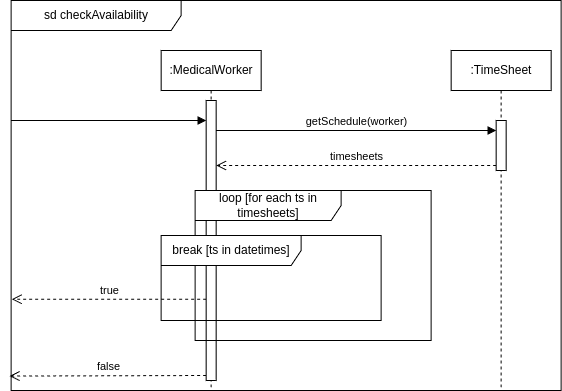
The draw.io diagram lab2/SD-SD2.png in nedeadinside/oaoaoaoaoaoaoaoa, before a commit. Source tidied: cells renumbered, new cells last; positions are measured from the earlier drawing's top-left corner, leaving out a move shared by most shapes. The source it was exported from:
```xml
<mxGraphModel>
  <root>
    <mxCell id="0" />
    <mxCell id="1" parent="0" />
    <mxCell id="2" value="&lt;span style=&quot;text-wrap-mode: nowrap;&quot;&gt;sd checkAvailability&lt;/span&gt;" style="shape=umlFrame;whiteSpace=wrap;html=1;gradientColor=none;swimlaneFillColor=default;width=170;height=30;" parent="1" vertex="1">
      <mxGeometry x="-0.3" width="550" height="390" as="geometry" />
    </mxCell>
    <mxCell id="3" value=":MedicalWorker" style="shape=umlLifeline;perimeter=lifelinePerimeter;whiteSpace=wrap;html=1;newEdgeStyle={&quot;curved&quot;:0,&quot;rounded&quot;:0};" parent="1" vertex="1">
      <mxGeometry x="149.7" y="50" width="100" height="340" as="geometry" />
    </mxCell>
    <mxCell id="4" style="html=1;points=[[0,0,0,0,5],[0,1,0,0,-5],[1,0,0,0,5],[1,1,0,0,-5]];perimeter=orthogonalPerimeter;outlineConnect=0;targetShapes=umlLifeline;portConstraint=eastwest;newEdgeStyle={&quot;curved&quot;:0,&quot;rounded&quot;:0};" parent="3" vertex="1">
      <mxGeometry x="45" y="50" width="10" height="280" as="geometry" />
    </mxCell>
    <mxCell id="5" value=":TimeSheet" style="shape=umlLifeline;perimeter=lifelinePerimeter;whiteSpace=wrap;html=1;newEdgeStyle={&quot;curved&quot;:0,&quot;rounded&quot;:0};" parent="1" vertex="1">
      <mxGeometry x="439.7" y="50" width="100" height="340" as="geometry" />
    </mxCell>
    <mxCell id="6" style="html=1;points=[[0,0,0,0,5],[0,1,0,0,-5],[1,0,0,0,5],[1,1,0,0,-5]];perimeter=orthogonalPerimeter;outlineConnect=0;targetShapes=umlLifeline;portConstraint=eastwest;newEdgeStyle={&quot;curved&quot;:0,&quot;rounded&quot;:0};" parent="5" vertex="1">
      <mxGeometry x="45" y="70" width="10" height="50" as="geometry" />
    </mxCell>
    <mxCell id="7" style="html=1;verticalAlign=bottom;endArrow=block;curved=0;rounded=0;" parent="1" edge="1" target="4">
      <mxGeometry relative="1" as="geometry">
        <mxPoint x="-0.3" y="120" as="sourcePoint" />
      </mxGeometry>
    </mxCell>
    <mxCell id="8" value="getSchedule(worker)" style="html=1;verticalAlign=bottom;endArrow=block;curved=0;rounded=0;" parent="1" edge="1">
      <mxGeometry relative="1" as="geometry">
        <mxPoint x="204.7" y="130" as="sourcePoint" />
        <mxPoint x="484.7" y="130" as="targetPoint" />
      </mxGeometry>
    </mxCell>
    <mxCell id="9" value="timesheets" style="html=1;verticalAlign=bottom;endArrow=open;dashed=1;endSize=8;curved=0;rounded=0;exitX=0;exitY=1;exitDx=0;exitDy=-5;exitPerimeter=0;" parent="1" edge="1" source="6" target="4">
      <mxGeometry relative="1" as="geometry" />
    </mxCell>
    <mxCell id="10" value="loop [for each ts in timesheets]" style="shape=umlFrame;whiteSpace=wrap;html=1;width=146;height=30;" parent="1" vertex="1">
      <mxGeometry x="183.7" y="190" width="236" height="150" as="geometry" />
    </mxCell>
    <mxCell id="11" value="break [ts in datetimes]" style="shape=umlFrame;whiteSpace=wrap;html=1;width=140;height=30;" parent="1" vertex="1">
      <mxGeometry x="149.7" y="235" width="220" height="85" as="geometry" />
    </mxCell>
    <mxCell id="12" value="true" style="html=1;verticalAlign=bottom;endArrow=open;dashed=1;endSize=8;curved=0;rounded=0;entryX=0.001;entryY=0.766;entryDx=0;entryDy=0;entryPerimeter=0;" parent="1" edge="1" source="4" target="2">
      <mxGeometry relative="1" as="geometry" />
    </mxCell>
    <mxCell id="13" value="false" style="html=1;verticalAlign=bottom;endArrow=open;dashed=1;endSize=8;curved=0;rounded=0;exitX=0;exitY=1;exitDx=0;exitDy=-5;exitPerimeter=0;entryX=-0.003;entryY=0.963;entryDx=0;entryDy=0;entryPerimeter=0;" parent="1" edge="1" source="4" target="2">
      <mxGeometry relative="1" as="geometry" />
    </mxCell>
  </root>
</mxGraphModel>
```
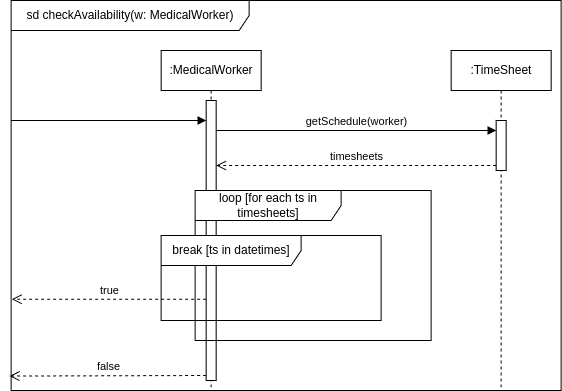
Above is the later version.

Change to the diagram source:
```diff
@@ -2,7 +2,7 @@
   <root>
     <mxCell id="0" />
     <mxCell id="1" parent="0" />
-    <mxCell id="2" value="&lt;span style=&quot;text-wrap-mode: nowrap;&quot;&gt;sd checkAvailability&lt;/span&gt;" style="shape=umlFrame;whiteSpace=wrap;html=1;gradientColor=none;swimlaneFillColor=default;width=170;height=30;" parent="1" vertex="1">
+    <mxCell id="2" value="&lt;span style=&quot;text-wrap-mode: nowrap;&quot;&gt;sd checkAvailability(w: MedicalWorker)&lt;/span&gt;" style="shape=umlFrame;whiteSpace=wrap;html=1;gradientColor=none;swimlaneFillColor=default;width=238;height=30;" parent="1" vertex="1">
       <mxGeometry x="-0.3" width="550" height="390" as="geometry" />
     </mxCell>
     <mxCell id="3" value=":MedicalWorker" style="shape=umlLifeline;perimeter=lifelinePerimeter;whiteSpace=wrap;html=1;newEdgeStyle={&quot;curved&quot;:0,&quot;rounded&quot;:0};" parent="1" vertex="1">
```
